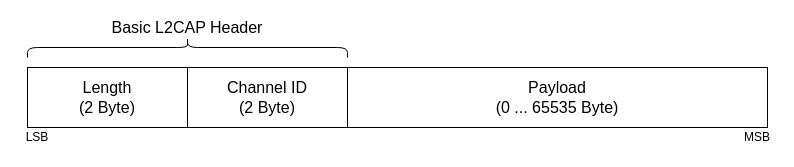
This is doc/bachelor_thesis_german/graphics/source/l2cap_datenpaket.drawio from immrn/secure-ble-for-esp32-android, a draw.io file, before an edit. Source tidied: cells renumbered, new cells numbered last; positions are measured from the earlier drawing's top-left corner, leaving out a move shared by most shapes. Both pictures are drawn from the tidied source at 100%, with x=0, y=0 at pixel (17, -113).
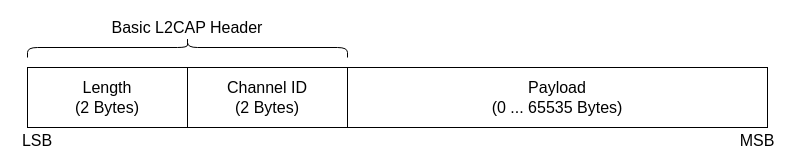
Above is the later version.

What changed in the source:
```diff
@@
 <mxGraphModel>
   <root>
     <mxCell id="0" />
     <mxCell id="1" parent="0" />
-    <mxCell id="2" value="&lt;font style=&quot;font-size: 16px&quot;&gt;Payload&lt;br&gt;(0 ... 65535 Byte)&lt;br&gt;&lt;/font&gt;" style="rounded=0;whiteSpace=wrap;html=1;" parent="1" vertex="1">
+    <mxCell id="2" value="&lt;font style=&quot;font-size: 16px&quot;&gt;Payload&lt;br&gt;(0 ... 65535 Bytes)&lt;br&gt;&lt;/font&gt;" style="rounded=0;whiteSpace=wrap;html=1;" parent="1" vertex="1">
       <mxGeometry x="330" y="180" width="420" height="60" as="geometry" />
     </mxCell>
-    <mxCell id="3" value="&lt;font style=&quot;font-size: 16px&quot;&gt;Channel ID&lt;br&gt;(2 Byte)&lt;/font&gt;" style="rounded=0;whiteSpace=wrap;html=1;" parent="1" vertex="1">
+    <mxCell id="3" value="&lt;font style=&quot;font-size: 16px&quot;&gt;Channel ID&lt;br&gt;(2 Bytes)&lt;/font&gt;" style="rounded=0;whiteSpace=wrap;html=1;" parent="1" vertex="1">
       <mxGeometry x="170" y="180" width="160" height="60" as="geometry" />
     </mxCell>
-    <mxCell id="4" value="&lt;font style=&quot;font-size: 16px&quot;&gt;Length&lt;br&gt;(2 Byte)&lt;/font&gt;" style="rounded=0;whiteSpace=wrap;html=1;" parent="1" vertex="1">
+    <mxCell id="4" value="&lt;font style=&quot;font-size: 16px&quot;&gt;Length&lt;br&gt;(2 Bytes)&lt;/font&gt;" style="rounded=0;whiteSpace=wrap;html=1;" parent="1" vertex="1">
       <mxGeometry x="10" y="180" width="160" height="60" as="geometry" />
     </mxCell>
     <mxCell id="5" style="shape=curlyBracket;whiteSpace=wrap;html=1;rounded=1;rotation=90;" parent="1" vertex="1">
       <mxGeometry x="160" width="20" height="320" as="geometry" />
     </mxCell>
     <mxCell id="6" value="&lt;font style=&quot;font-size: 16px&quot;&gt;Basic L2CAP Header&lt;/font&gt;" style="text;html=1;strokeColor=none;fillColor=none;align=center;verticalAlign=middle;whiteSpace=wrap;rounded=0;" parent="1" vertex="1">
       <mxGeometry x="75" y="130" width="190" height="20" as="geometry" />
     </mxCell>
-    <mxCell id="7" value="MSB" style="text;html=1;strokeColor=none;fillColor=none;align=center;verticalAlign=middle;whiteSpace=wrap;rounded=0;" parent="1" vertex="1">
-      <mxGeometry x="720" y="240" width="40" height="20" as="geometry" />
+    <mxCell id="7" value="MSB" style="text;html=1;strokeColor=none;fillColor=none;align=center;verticalAlign=middle;whiteSpace=wrap;rounded=0;fontSize=16;" parent="1" vertex="1">
+      <mxGeometry x="720" y="243" width="40" height="20" as="geometry" />
     </mxCell>
-    <mxCell id="8" value="LSB" style="text;html=1;strokeColor=none;fillColor=none;align=center;verticalAlign=middle;whiteSpace=wrap;rounded=0;" parent="1" vertex="1">
-      <mxGeometry y="240" width="40" height="20" as="geometry" />
+    <mxCell id="8" value="LSB" style="text;html=1;strokeColor=none;fillColor=none;align=center;verticalAlign=middle;whiteSpace=wrap;rounded=0;fontSize=16;" parent="1" vertex="1">
+      <mxGeometry y="243" width="40" height="20" as="geometry" />
     </mxCell>
   </root>
 </mxGraphModel>
```
